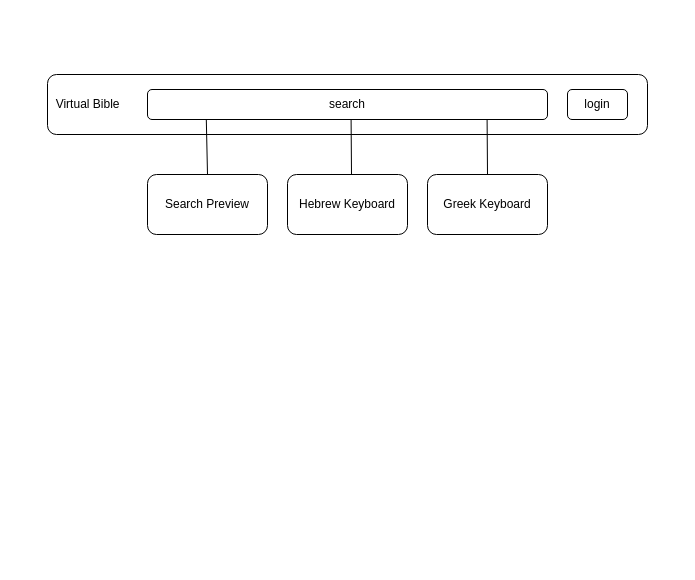
Before: virtualbible-web-search.drawio in nycpivot/virtualbible-ops, a draw.io diagram. Source tidied: cells renumbered, new cells numbered last; positions are measured from the earlier drawing's top-left corner, leaving out a move shared by most shapes. Both pictures are drawn from the tidied source at 100%, with x=0, y=0 at pixel (47, 74).
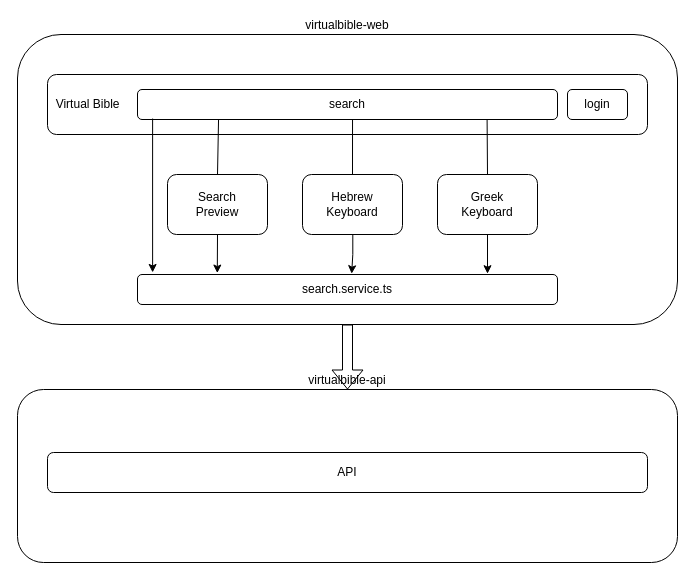
The same diagram, later.

Diff of the diagram source:
```diff
@@
+    <mxCell id="11" value="virtualbible-api" style="rounded=1;whiteSpace=wrap;html=1;labelPosition=center;verticalLabelPosition=top;align=center;verticalAlign=bottom;" parent="1" vertex="1">
+      <mxGeometry x="-30" y="315" width="660" height="173" as="geometry" />
+    </mxCell>
+    <mxCell id="12" value="virtualbible-web" style="rounded=1;whiteSpace=wrap;html=1;labelPosition=center;verticalLabelPosition=top;align=center;verticalAlign=bottom;" parent="1" vertex="1">
+      <mxGeometry x="-30" y="-40" width="660" height="290" as="geometry" />
+    </mxCell>
@@
     <mxCell id="3" value="search" style="rounded=1;whiteSpace=wrap;html=1;" parent="1" vertex="1">
-      <mxGeometry x="100" y="15" width="400" height="30" as="geometry" />
+      <mxGeometry x="90" y="15" width="420" height="30" as="geometry" />
     </mxCell>
-    <mxCell id="4" value="Search Preview" style="rounded=1;whiteSpace=wrap;html=1;align=center;" parent="1" vertex="1">
-      <mxGeometry x="100" y="100" width="120" height="60" as="geometry" />
+    <mxCell id="4" value="Search&lt;div&gt;Preview&lt;/div&gt;" style="rounded=1;whiteSpace=wrap;html=1;align=center;" parent="1" vertex="1">
+      <mxGeometry x="120" y="100" width="100" height="60" as="geometry" />
     </mxCell>
+    <mxCell id="13" style="edgeStyle=orthogonalEdgeStyle;rounded=0;jettySize=auto;html=1;exitX=0.503;exitY=0.932;exitDx=0;exitDy=0;entryX=0.51;entryY=-0.125;entryDx=0;entryDy=0;entryPerimeter=0;exitPerimeter=0;" parent="1" edge="1" source="5">
+      <mxGeometry relative="1" as="geometry">
+        <mxPoint x="304.2" y="199.2" as="targetPoint" />
+      </mxGeometry>
+    </mxCell>
-    <mxCell id="5" value="Hebrew Keyboard" style="rounded=1;whiteSpace=wrap;html=1;align=center;" parent="1" vertex="1">
-      <mxGeometry x="240" y="100" width="120" height="60" as="geometry" />
+    <mxCell id="5" value="Hebrew&lt;div&gt;Keyboard&lt;/div&gt;" style="rounded=1;whiteSpace=wrap;html=1;align=center;" parent="1" vertex="1">
+      <mxGeometry x="255" y="100" width="100" height="60" as="geometry" />
     </mxCell>
-    <mxCell id="6" value="Greek Keyboard" style="rounded=1;whiteSpace=wrap;html=1;align=center;" parent="1" vertex="1">
-      <mxGeometry x="380" y="100" width="120" height="60" as="geometry" />
+    <mxCell id="6" value="Greek&lt;div&gt;Keyboard&lt;/div&gt;" style="rounded=1;whiteSpace=wrap;html=1;align=center;" parent="1" vertex="1">
+      <mxGeometry x="390" y="100" width="100" height="60" as="geometry" />
     </mxCell>
-    <mxCell id="7" style="endArrow=none;html=1;rounded=0;entryX=0.147;entryY=0.993;entryDx=0;entryDy=0;entryPerimeter=0;exitX=0.5;exitY=0;exitDx=0;exitDy=0;" parent="1" edge="1" source="4" target="3">
+    <mxCell id="7" style="endArrow=none;html=1;rounded=0;exitX=0.5;exitY=0;exitDx=0;exitDy=0;entryX=0.193;entryY=0.988;entryDx=0;entryDy=0;entryPerimeter=0;" parent="1" edge="1" source="4" target="3">
       <mxGeometry relative="1" as="geometry" />
     </mxCell>
-    <mxCell id="8" style="endArrow=none;html=1;rounded=0;entryX=0.509;entryY=1.011;entryDx=0;entryDy=0;entryPerimeter=0;exitX=0.5;exitY=0;exitDx=0;exitDy=0;" parent="1" edge="1" target="3">
-      <mxGeometry relative="1" as="geometry">
-        <mxPoint x="304" y="100" as="sourcePoint" />
-      </mxGeometry>
+    <mxCell id="8" style="endArrow=none;html=1;rounded=0;exitX=0.5;exitY=0;exitDx=0;exitDy=0;entryX=0.512;entryY=0.986;entryDx=0;entryDy=0;entryPerimeter=0;" parent="1" edge="1" source="5" target="3">
+      <mxGeometry relative="1" as="geometry" />
     </mxCell>
@@
+    <mxCell id="14" value="search.service.ts" style="rounded=1;whiteSpace=wrap;html=1;" parent="1" vertex="1">
+      <mxGeometry x="90" y="200" width="420" height="30" as="geometry" />
+    </mxCell>
+    <mxCell id="15" style="edgeStyle=orthogonalEdgeStyle;rounded=0;jettySize=auto;html=1;exitX=0.5;exitY=1;exitDx=0;exitDy=0;entryX=0.19;entryY=-0.048;entryDx=0;entryDy=0;entryPerimeter=0;" parent="1" edge="1" source="4" target="14">
+      <mxGeometry relative="1" as="geometry" />
+    </mxCell>
+    <mxCell id="16" style="edgeStyle=orthogonalEdgeStyle;rounded=0;orthogonalLoop=1;jettySize=auto;html=1;exitX=0.5;exitY=1;exitDx=0;exitDy=0;entryX=0.85;entryY=-0.027;entryDx=0;entryDy=0;entryPerimeter=0;" parent="1" edge="1">
+      <mxGeometry relative="1" as="geometry">
+        <mxPoint x="433" y="160" as="sourcePoint" />
+        <mxPoint x="440" y="199.2" as="targetPoint" />
+      </mxGeometry>
+    </mxCell>
+    <mxCell id="17" style="edgeStyle=orthogonalEdgeStyle;rounded=0;jettySize=auto;html=1;exitX=0.036;exitY=0.969;exitDx=0;exitDy=0;entryX=0.036;entryY=-0.068;entryDx=0;entryDy=0;entryPerimeter=0;exitPerimeter=0;" parent="1" edge="1" source="3" target="14">
+      <mxGeometry relative="1" as="geometry" />
+    </mxCell>
+    <mxCell id="18" value="API" style="rounded=1;whiteSpace=wrap;html=1;" parent="1" vertex="1">
+      <mxGeometry y="378" width="600" height="40" as="geometry" />
+    </mxCell>
+    <mxCell id="19" style="shape=flexArrow;endArrow=classic;html=1;rounded=0;exitX=0.5;exitY=1;exitDx=0;exitDy=0;entryX=0.5;entryY=0;entryDx=0;entryDy=0;" parent="1" edge="1" source="12" target="11">
+      <mxGeometry relative="1" as="geometry" />
+    </mxCell>
```
